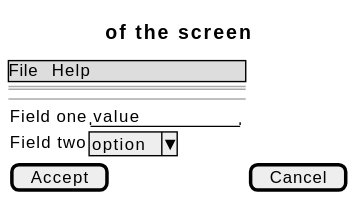
Earlier version of the PlantUML export docs/01-requirements/use-cases/organiseSections/wireframes.svg (didactika/kampus).
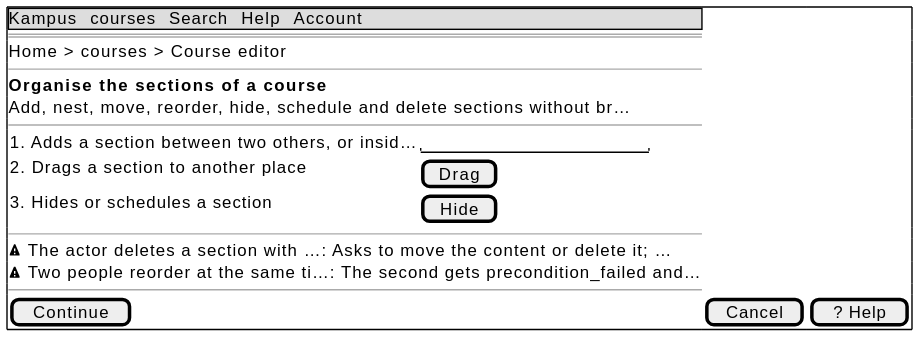
After the commit.

Diff of the diagram source:
```diff
@@ -1,13 +1,21 @@
 @startsalt
-{
-  {* File | Help }
+{+
+  {* Kampus | courses | Search | Help | Account }
   ==
-  Title of the screen
+  Home > courses > Course editor
+  --
+  <b>Organise the sections of a course
+  Add, nest, move, reorder, hide, schedule and delete sections without br…
   --
   {
-    Field one | "value        "
-    Field two | ^option^
+    1. Adds a section between two others, or insid… | "                    "
+    2. Drags a section to another place | [ Drag ]
+    3. Hides or schedules a section | [ Hide ]
   }
-  [ Accept ] | [ Cancel ]
+  --
+  <&warning> The actor deletes a section with …: Asks to move the content or delete it; …
+  <&warning> Two people reorder at the same ti…: The second gets precondition_failed and…
+  --
+  [ Continue ] | [ Cancel ] | [ ? Help ]
 }
 @endsalt
```
